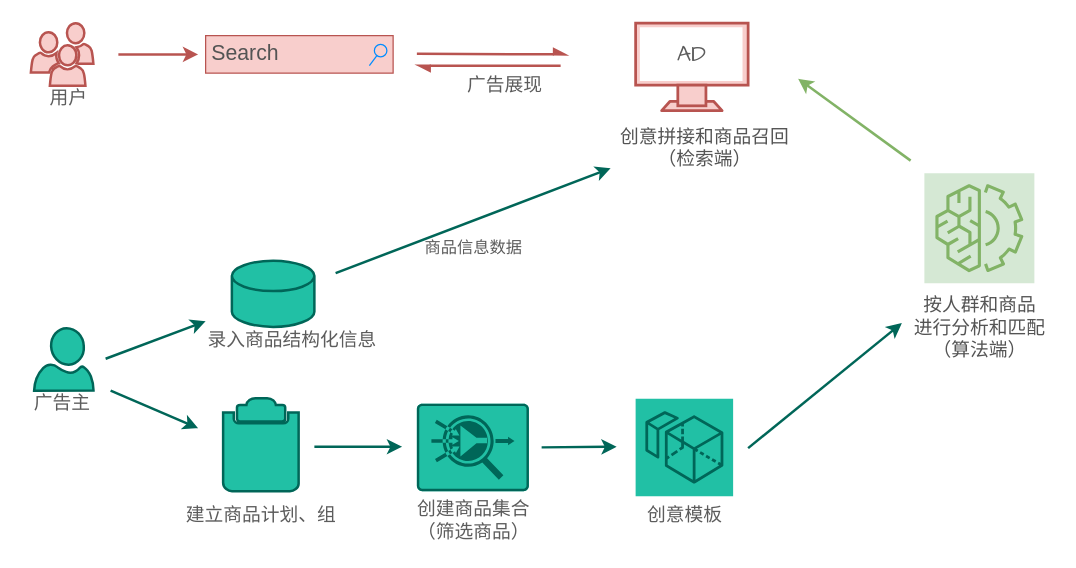
Before: page "dpa" (2 of 6) of draw.io/dpa.drawio in Jstarfish/picBed, a draw.io diagram. Source tidied: cells renumbered, new cells numbered last; positions are measured from the earlier drawing's top-left corner, leaving out a move shared by most shapes. Both pictures are drawn from the tidied source at 125%, with x=0, y=0 at pixel (24, 22).
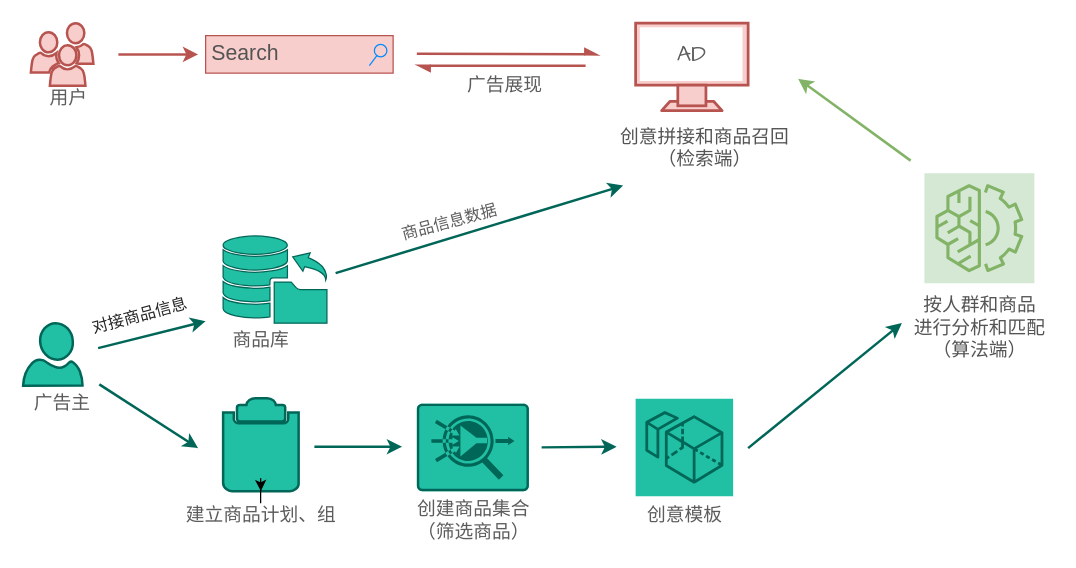
The same page after the edit.

Unchanged cells that the change refers to:
```xml
<mxCell id="6" value="&lt;font face=&quot;Comic Sans MS&quot; style=&quot;font-size: 15px&quot;&gt;广告主&lt;/font&gt;" style="text;html=1;align=center;verticalAlign=middle;points=[];fontColor=#5C5C5C;" parent="1" vertex="1">
  <mxGeometry x="0.2" y="294" width="60" height="20" as="geometry" />
</mxCell>
<mxCell id="13" style="shadow=0;dashed=0;html=1;labelPosition=center;verticalLabelPosition=bottom;verticalAlign=top;align=center;outlineConnect=0;shape=mxgraph.veeam.failover_plan;fillColor=#21C0A5;strokeColor=#006658;fontColor=#5C5C5C;strokeWidth=2;" parent="1" vertex="1">
  <mxGeometry x="159" y="300" width="60.4" height="74.4" as="geometry" />
</mxCell>
<mxCell id="14" value="&lt;font face=&quot;Comic Sans MS&quot; style=&quot;font-size: 15px&quot;&gt;建立商品计划、组&lt;/font&gt;" style="text;html=1;align=center;verticalAlign=middle;points=[];fontColor=#5C5C5C;" parent="1" vertex="1">
  <mxGeometry x="119" y="384" width="140" height="20" as="geometry" />
</mxCell>
<mxCell id="23" value="&lt;font face=&quot;Comic Sans MS&quot; style=&quot;font-size: 15px&quot;&gt;&lt;font color=&quot;#545454&quot;&gt;创意拼接和商品召回&lt;br&gt;（检索端）&lt;/font&gt;&lt;br&gt;&lt;/font&gt;" style="text;html=1;align=center;verticalAlign=middle;points=[];fontColor=#5C5C5C;" parent="1" vertex="1">
  <mxGeometry x="469" y="80" width="150" height="40" as="geometry" />
</mxCell>
```

Diff of the diagram source:
```diff
@@
-    <mxCell id="4" style="orthogonalLoop=1;jettySize=auto;html=1;strokeColor=#006658;fontColor=#5C5C5C;strokeWidth=2;" parent="1" edge="1">
+    <mxCell id="4" style="jettySize=auto;html=1;strokeColor=#006658;fontColor=#5C5C5C;strokeWidth=2;exitX=0.996;exitY=-0.25;exitDx=0;exitDy=0;exitPerimeter=0;" parent="1" edge="1" source="6">
       <mxGeometry relative="1" as="geometry">
-        <mxPoint x="69" y="294" as="sourcePoint" />
-        <mxPoint x="139" y="324" as="targetPoint" />
+        <mxPoint x="139" y="340" as="targetPoint" />
       </mxGeometry>
     </mxCell>
@@
-    <mxCell id="8" value="&lt;font style=&quot;font-size: 15px&quot; face=&quot;Comic Sans MS&quot;&gt;录入商品结构化信息&lt;/font&gt;" style="text;html=1;align=center;verticalAlign=middle;fontColor=#5C5C5C;" parent="1" vertex="1">
-      <mxGeometry x="139" y="243.5" width="150" height="20" as="geometry" />
+    <mxCell id="8" value="&lt;font style=&quot;font-size: 15px&quot; face=&quot;Comic Sans MS&quot;&gt;商品库&lt;/font&gt;" style="text;html=1;align=center;verticalAlign=middle;fontColor=#5C5C5C;" parent="1" vertex="1">
+      <mxGeometry x="159.4" y="244" width="60" height="20" as="geometry" />
     </mxCell>
@@
-    <mxCell id="10" style="shape=mxgraph.cisco.storage.relational_database;html=1;dashed=0;fillColor=#21C0A5;strokeColor=#006658;strokeWidth=2;verticalLabelPosition=bottom;verticalAlign=top;align=center;fontColor=#5C5C5C;" parent="1" vertex="1">
-      <mxGeometry x="166" y="190" width="66" height="53" as="geometry" />
-    </mxCell>
     <mxCell id="11" style="verticalLabelPosition=bottom;html=1;verticalAlign=top;align=center;fillColor=#21C0A5;shape=mxgraph.azure.user;fontColor=#5C5C5C;strokeColor=#006658;strokeWidth=2;" parent="1" vertex="1">
-      <mxGeometry x="7.8" y="244" width="47.5" height="50" as="geometry" />
+      <mxGeometry x="-1" y="240" width="47.5" height="50" as="geometry" />
     </mxCell>
     <mxCell id="12" style="orthogonalLoop=1;jettySize=auto;html=1;strokeColor=#006658;fontColor=#5C5C5C;strokeWidth=2;" parent="1" edge="1">
       <mxGeometry relative="1" as="geometry">
-        <mxPoint x="65" y="268.5" as="sourcePoint" />
+        <mxPoint x="59" y="260" as="sourcePoint" />
         <mxPoint x="145" y="238.5" as="targetPoint" />
       </mxGeometry>
     </mxCell>
@@
+    <mxCell id="32" style="edgeStyle=orthogonalEdgeStyle;rounded=0;jettySize=auto;html=1;" parent="1" edge="1" source="14" target="13">
+      <mxGeometry relative="1" as="geometry" />
+    </mxCell>
@@
-    <mxCell id="27" style="edgeStyle=none;jettySize=auto;html=1;strokeColor=#006658;fontColor=#5C5C5C;entryX=0;entryY=0.9;entryDx=0;entryDy=0;entryPerimeter=0;strokeWidth=2;" parent="1" edge="1" target="23">
+    <mxCell id="27" style="edgeStyle=none;orthogonalLoop=1;jettySize=auto;html=1;strokeColor=#006658;fontColor=#5C5C5C;strokeWidth=2;" parent="1" edge="1">
       <mxGeometry relative="1" as="geometry">
         <mxPoint x="249" y="200" as="sourcePoint" />
+        <mxPoint x="479" y="130" as="targetPoint" />
       </mxGeometry>
     </mxCell>
-    <mxCell id="28" value="&lt;font face=&quot;Comic Sans MS&quot; style=&quot;font-size: 13px&quot;&gt;商品信息数据&lt;/font&gt;" style="text;html=1;align=center;verticalAlign=middle;fontColor=#5C5C5C;" parent="1" vertex="1">
-      <mxGeometry x="313.6" y="170" width="90" height="20" as="geometry" />
+    <mxCell id="28" value="&lt;font face=&quot;Comic Sans MS&quot; style=&quot;font-size: 13px&quot;&gt;商品信息数据&lt;/font&gt;" style="text;html=1;align=center;verticalAlign=middle;fontColor=#5C5C5C;rotation=-15;" parent="1" vertex="1">
+      <mxGeometry x="295" y="150" width="90" height="20" as="geometry" />
     </mxCell>
@@
     <mxCell id="30" style="endArrow=async;html=1;strokeColor=#b85450;strokeWidth=2;fillColor=#f8cecc;fontColor=#5C5C5C;endFill=1;" parent="1" edge="1">
       <mxGeometry relative="1" as="geometry">
         <mxPoint x="314" y="24.5" as="sourcePoint" />
-        <mxPoint x="434" y="25" as="targetPoint" />
+        <mxPoint x="459" y="25" as="targetPoint" />
       </mxGeometry>
     </mxCell>
     <mxCell id="31" style="endArrow=async;html=1;strokeColor=#b85450;strokeWidth=2;fillColor=#f8cecc;fontColor=#5C5C5C;endFill=1;" parent="1" edge="1">
       <mxGeometry relative="1" as="geometry">
-        <mxPoint x="429" y="34" as="sourcePoint" />
+        <mxPoint x="449" y="34" as="sourcePoint" />
         <mxPoint x="314" y="34" as="targetPoint" />
       </mxGeometry>
     </mxCell>
+    <mxCell id="33" value="&lt;font color=&quot;#262626&quot; style=&quot;font-size: 13px&quot;&gt;对接商品信息&lt;/font&gt;" style="text;html=1;align=center;verticalAlign=middle;strokeColor=none;rotation=-15;" parent="1" vertex="1">
+      <mxGeometry x="46.5" y="224" width="90" height="20" as="geometry" />
+    </mxCell>
+    <mxCell id="34" style="html=1;shadow=0;align=center;verticalAlign=top;shape=mxgraph.gcp2.database_uploading;fillColor=#21C0A5;strokeColor=#006658;" parent="1" vertex="1">
+      <mxGeometry x="159" y="170" width="83.3" height="70" as="geometry" />
+    </mxCell>
```
